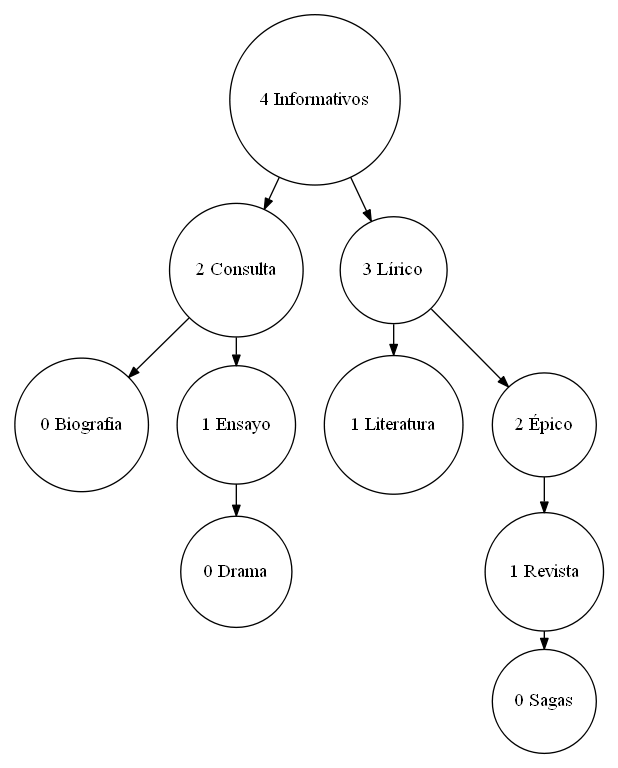
Earlier version of the Graphviz export Graphics/AVL.png (Guillermo-O-C/EDD_1S20200_PY2_201801366). Its source is kept beside it as TextFiles/AVL.dot.
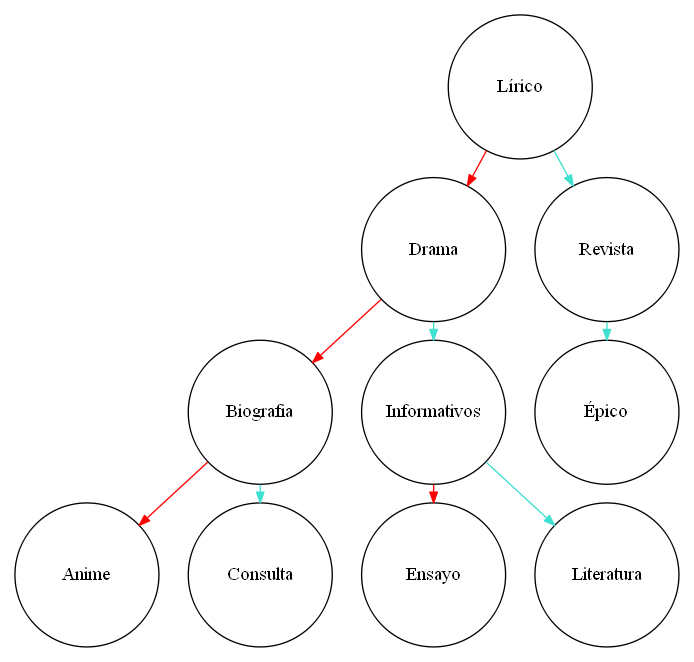
After the change.

Change to the diagram source:
```diff
@@ -1,12 +1,14 @@
 digraph G {
- nodesep=0.3;\n ranksep=0.2;\n    margin=0.1;\n node[shape=circle width="1.5" height="1.5" fixed="true"];  edge [arrowsize=0.8];"Informativos"[label="4 Informativos"]"Informativos" -> "Consulta";
-"Consulta"[label="2 Consulta"]"Consulta" -> "anime";
-"anime"[label="1 anime"]"anime" -> "Biografia";
-"Biografia"[label="0 Biografia"]"Consulta" -> "Ensayo";
-"Ensayo"[label="1 Ensayo"]"Ensayo" -> "Drama";
-"Drama"[label="0 Drama"]"Informativos" -> "Lírico";
-"Lírico"[label="3 Lírico"]"Lírico" -> "Literatura";
-"Literatura"[label="1 Literatura"]"Lírico" -> "Épico";
-"Épico"[label="2 Épico"]"Épico" -> "Revista";
-"Revista"[label="1 Revista"]"Revista" -> "Sagas";
-"Sagas"[label="0 Sagas"]}
+ nodesep=0.3;
+ ranksep=0.2;
+    margin=0.1;
+ node[shape=circle width="1.5" height="1.5" fixed="true"];  edge [arrowsize=0.8];"Lírico""Lírico" -> "Drama"[color="#ff0000"];
+"Drama" -> "Biografia"[color="#ff0000"];
+"Biografia" -> "Anime"[color="#ff0000"];
+"Biografia" -> "Consulta"[color="#40e0d0"];
+"Drama" -> "Informativos"[color="#40e0d0"];
+"Informativos" -> "Ensayo"[color="#ff0000"];
+"Informativos" -> "Literatura"[color="#40e0d0"];
+"Lírico" -> "Revista"[color="#40e0d0"];
+"Revista" -> "Épico"[color="#40e0d0"];
+}
```
